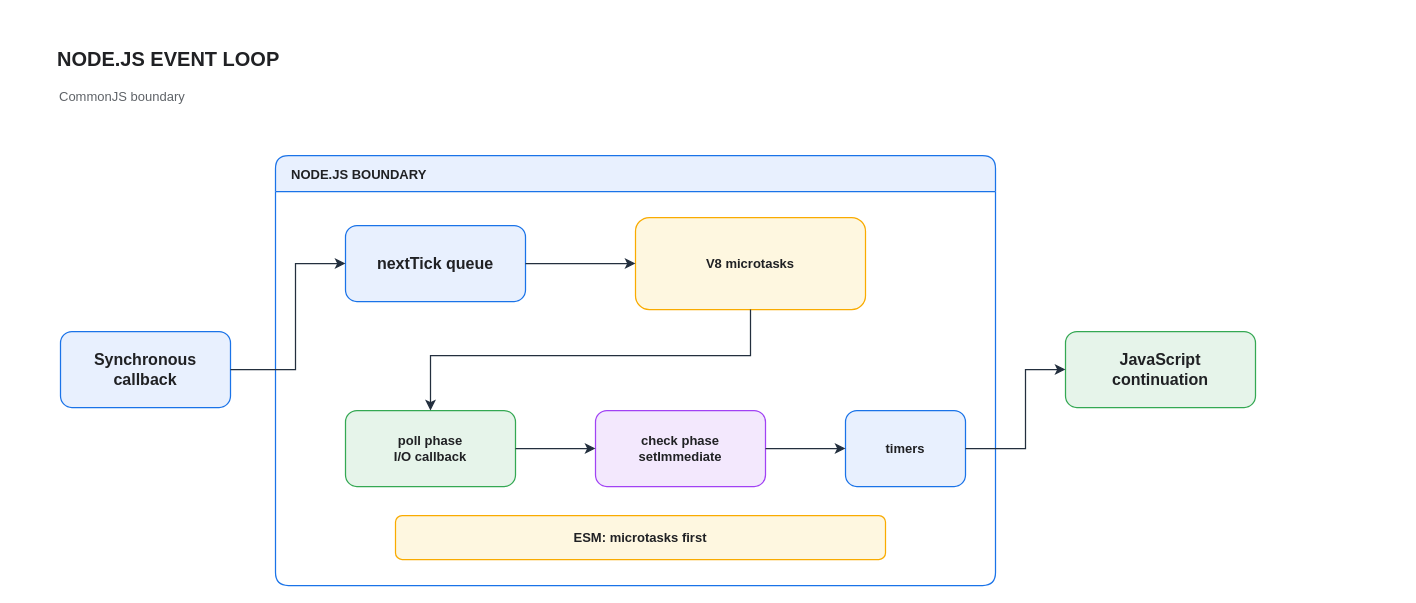
Above: assets/img/nodejs/node-event-loop-scheduling-flow.drawio in KKamJi98/kkamji98.github.io (draw.io), before the change. Source tidied: cells renumbered, new cells numbered last; positions are measured from the earlier drawing's top-left corner, leaving out a move shared by most shapes. Both pictures are drawn from the tidied source at 100%, with x=0, y=0 at pixel (55, 39).
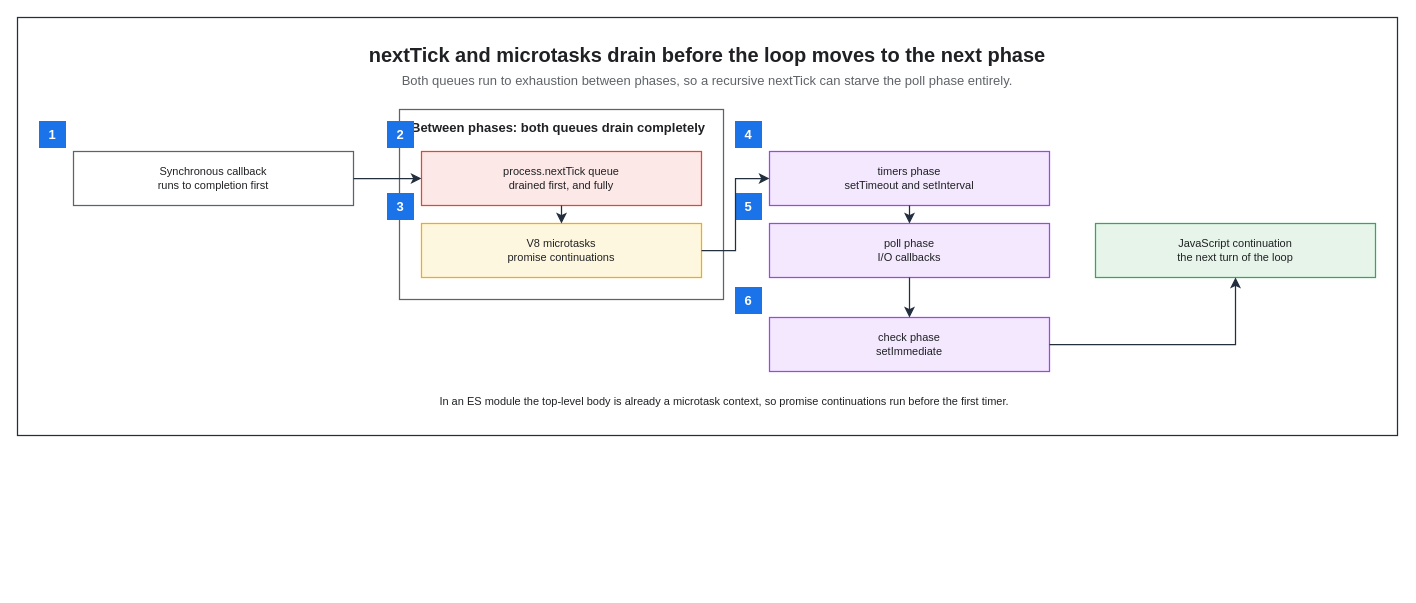
After the change.

Diff of the diagram source:
```diff
@@
+    <mxCell id="19" style="rounded=0;html=0;fillColor=none;strokeColor=#232F3E;fontColor=#202124;strokeWidth=1.25;" parent="1" vertex="1">
+      <mxGeometry x="-38" y="-22" width="1380" height="418" as="geometry" />
+    </mxCell>
-    <mxCell id="2" value="NODE.JS EVENT LOOP" style="text;html=0;strokeColor=none;fillColor=none;align=left;verticalAlign=middle;fontSize=20;fontStyle=1;fontColor=#202124;opacity=100;" parent="1" vertex="1">
-      <mxGeometry width="720" height="36" as="geometry" />
+    <mxCell id="2" value="nextTick and microtasks drain before the loop moves to the next phase" style="text;html=0;whiteSpace=wrap;fillColor=none;strokeColor=none;fontColor=#202124;fontSize=20;fontStyle=1;align=center;verticalAlign=middle;" parent="1" vertex="1">
+      <mxGeometry x="-16" width="1336" height="30" as="geometry" />
     </mxCell>
-    <mxCell id="3" value="CommonJS boundary" style="text;html=0;strokeColor=none;fillColor=none;align=left;verticalAlign=middle;fontSize=13;fontColor=#5F6368;" parent="1" vertex="1">
-      <mxGeometry x="2" y="44" width="400" height="24" as="geometry" />
+    <mxCell id="3" value="Both queues run to exhaustion between phases, so a recursive nextTick can starve the poll phase entirely." style="text;html=0;whiteSpace=wrap;fillColor=none;strokeColor=none;fontColor=#5F6368;fontSize=13;fontStyle=0;align=center;verticalAlign=middle;" parent="1" vertex="1">
+      <mxGeometry x="-16" y="30" width="1336" height="22" as="geometry" />
     </mxCell>
+    <mxCell id="5" value="Between phases: both queues drain completely" style="rounded=0;whiteSpace=wrap;html=0;fillColor=none;strokeColor=#5F6368;fontColor=#202124;fontSize=13;fontStyle=1;align=left;verticalAlign=top;spacingLeft=10;spacingTop=4;strokeWidth=1.25;dashed=0;" parent="1" vertex="1">
+      <mxGeometry x="344" y="70" width="324" height="190" as="geometry" />
+    </mxCell>
-    <mxCell id="4" value="Synchronous callback" style="rounded=1;whiteSpace=wrap;html=0;fillColor=#E8F0FE;strokeColor=#1A73E8;strokeWidth=1.25;fontColor=#202124;fontSize=16;fontStyle=1;align=center;verticalAlign=middle;spacing=8;" parent="1" vertex="1">
-      <mxGeometry x="5" y="292" width="170" height="76" as="geometry" />
+    <mxCell id="4" value="Synchronous callback&#10;runs to completion first" style="rounded=0;whiteSpace=wrap;html=0;fillColor=#FFFFFF;strokeColor=#5F6368;fontColor=#202124;fontSize=11;fontStyle=0;align=center;verticalAlign=middle;spacingLeft=6;spacingRight=6;strokeWidth=1.25;" parent="1" vertex="1">
+      <mxGeometry x="18" y="112" width="280" height="54" as="geometry" />
     </mxCell>
-    <mxCell id="5" value="NODE.JS BOUNDARY" style="swimlane;horizontal=1;startSize=36;rounded=1;arcSize=12;html=0;fillColor=#E8F0FE;swimlaneFillColor=#FFFFFF;strokeColor=#1A73E8;strokeWidth=1.25;fontColor=#202124;fontSize=13;fontStyle=1;align=left;spacingLeft=14;" parent="1" vertex="1">
-      <mxGeometry x="220" y="116" width="720" height="430" as="geometry" />
-    </mxCell>
-    <mxCell id="6" value="nextTick queue" style="rounded=1;whiteSpace=wrap;html=0;fillColor=#E8F0FE;strokeColor=#1A73E8;strokeWidth=1.25;fontColor=#202124;fontSize=16;fontStyle=1;align=center;verticalAlign=middle;spacing=8;" parent="1" vertex="1">
-      <mxGeometry x="290" y="186" width="180" height="76" as="geometry" />
+    <mxCell id="6" value="process.nextTick queue&#10;drained first, and fully" style="rounded=0;whiteSpace=wrap;html=0;fillColor=#FCE8E6;strokeColor=#EA4335;fontColor=#202124;fontSize=11;fontStyle=0;align=center;verticalAlign=middle;spacingLeft=6;spacingRight=6;strokeWidth=1.25;" parent="1" vertex="1">
+      <mxGeometry x="366" y="112" width="280" height="54" as="geometry" />
     </mxCell>
-    <mxCell id="7" value="V8 microtasks" style="rounded=1;whiteSpace=wrap;html=0;fillColor=#FEF7E0;strokeColor=#F9AB00;strokeWidth=1.25;fontColor=#202124;fontSize=13;fontStyle=1;align=center;verticalAlign=middle;spacing=8;" parent="1" vertex="1">
-      <mxGeometry x="580" y="178" width="230" height="92" as="geometry" />
+    <mxCell id="7" value="V8 microtasks&#10;promise continuations" style="rounded=0;whiteSpace=wrap;html=0;fillColor=#FEF7E0;strokeColor=#F9AB00;fontColor=#202124;fontSize=11;fontStyle=0;align=center;verticalAlign=middle;spacingLeft=6;spacingRight=6;strokeWidth=1.25;" parent="1" vertex="1">
+      <mxGeometry x="366" y="184" width="280" height="54" as="geometry" />
     </mxCell>
+    <mxCell id="10" value="timers phase&#10;setTimeout and setInterval" style="rounded=0;whiteSpace=wrap;html=0;fillColor=#F3E8FD;strokeColor=#A142F4;fontColor=#202124;fontSize=11;fontStyle=0;align=center;verticalAlign=middle;spacingLeft=6;spacingRight=6;strokeWidth=1.25;" parent="1" vertex="1">
+      <mxGeometry x="714" y="112" width="280" height="54" as="geometry" />
+    </mxCell>
-    <mxCell id="8" value="poll phase&#10;I/O callback" style="rounded=1;whiteSpace=wrap;html=0;fillColor=#E6F4EA;strokeColor=#34A853;strokeWidth=1.25;fontColor=#202124;fontSize=13;fontStyle=1;align=center;verticalAlign=middle;spacing=8;" parent="1" vertex="1">
-      <mxGeometry x="290" y="371" width="170" height="76" as="geometry" />
+    <mxCell id="8" value="poll phase&#10;I/O callbacks" style="rounded=0;whiteSpace=wrap;html=0;fillColor=#F3E8FD;strokeColor=#A142F4;fontColor=#202124;fontSize=11;fontStyle=0;align=center;verticalAlign=middle;spacingLeft=6;spacingRight=6;strokeWidth=1.25;" parent="1" vertex="1">
+      <mxGeometry x="714" y="184" width="280" height="54" as="geometry" />
     </mxCell>
-    <mxCell id="9" value="check phase&#10;setImmediate" style="rounded=1;whiteSpace=wrap;html=0;fillColor=#F3E8FD;strokeColor=#A142F4;strokeWidth=1.25;fontColor=#202124;fontSize=13;fontStyle=1;align=center;verticalAlign=middle;spacing=8;" parent="1" vertex="1">
-      <mxGeometry x="540" y="371" width="170" height="76" as="geometry" />
+    <mxCell id="9" value="check phase&#10;setImmediate" style="rounded=0;whiteSpace=wrap;html=0;fillColor=#F3E8FD;strokeColor=#A142F4;fontColor=#202124;fontSize=11;fontStyle=0;align=center;verticalAlign=middle;spacingLeft=6;spacingRight=6;strokeWidth=1.25;" parent="1" vertex="1">
+      <mxGeometry x="714" y="278" width="280" height="54" as="geometry" />
     </mxCell>
-    <mxCell id="10" value="timers" style="rounded=1;whiteSpace=wrap;html=0;fillColor=#E8F0FE;strokeColor=#1A73E8;strokeWidth=1.25;fontColor=#202124;fontSize=13;fontStyle=1;align=center;verticalAlign=middle;spacing=8;" parent="1" vertex="1">
-      <mxGeometry x="790" y="371" width="120" height="76" as="geometry" />
-    </mxCell>
-    <mxCell id="11" value="JavaScript continuation" style="rounded=1;whiteSpace=wrap;html=0;fillColor=#E6F4EA;strokeColor=#34A853;strokeWidth=1.25;fontColor=#202124;fontSize=16;fontStyle=1;align=center;verticalAlign=middle;spacing=8;" parent="1" vertex="1">
-      <mxGeometry x="1010" y="292" width="190" height="76" as="geometry" />
+    <mxCell id="11" value="JavaScript continuation&#10;the next turn of the loop" style="rounded=0;whiteSpace=wrap;html=0;fillColor=#E6F4EA;strokeColor=#34A853;fontColor=#202124;fontSize=11;fontStyle=0;align=center;verticalAlign=middle;spacingLeft=6;spacingRight=6;strokeWidth=1.25;" parent="1" vertex="1">
+      <mxGeometry x="1040" y="184" width="280" height="54" as="geometry" />
     </mxCell>
-    <mxCell id="12" value="ESM: microtasks first" style="rounded=1;whiteSpace=wrap;html=0;fillColor=#FEF7E0;strokeColor=#F9AB00;strokeWidth=1.25;fontColor=#202124;fontSize=13;fontStyle=1;align=center;verticalAlign=middle;spacing=8;" parent="1" vertex="1">
-      <mxGeometry x="340" y="476" width="490" height="44" as="geometry" />
+    <mxCell id="12" value="In an ES module the top-level body is already a microtask context, so promise continuations run before the first timer." style="text;html=0;whiteSpace=wrap;fillColor=none;strokeColor=none;fontColor=#202124;fontSize=11;fontStyle=0;align=center;verticalAlign=middle;" parent="1" vertex="1">
+      <mxGeometry x="18" y="350" width="1302" height="24" as="geometry" />
     </mxCell>
+    <mxCell id="20" value="1" style="rounded=0;whiteSpace=wrap;html=0;fillColor=#1A73E8;strokeColor=#1A73E8;fontColor=#FFFFFF;fontSize=13;fontStyle=1;align=center;verticalAlign=middle;" parent="1" vertex="1">
+      <mxGeometry x="-16" y="82" width="26" height="26" as="geometry" />
+    </mxCell>
+    <mxCell id="21" value="2" style="rounded=0;whiteSpace=wrap;html=0;fillColor=#1A73E8;strokeColor=#1A73E8;fontColor=#FFFFFF;fontSize=13;fontStyle=1;align=center;verticalAlign=middle;" parent="1" vertex="1">
+      <mxGeometry x="332" y="82" width="26" height="26" as="geometry" />
+    </mxCell>
+    <mxCell id="22" value="3" style="rounded=0;whiteSpace=wrap;html=0;fillColor=#1A73E8;strokeColor=#1A73E8;fontColor=#FFFFFF;fontSize=13;fontStyle=1;align=center;verticalAlign=middle;" parent="1" vertex="1">
+      <mxGeometry x="332" y="154" width="26" height="26" as="geometry" />
+    </mxCell>
+    <mxCell id="23" value="4" style="rounded=0;whiteSpace=wrap;html=0;fillColor=#1A73E8;strokeColor=#1A73E8;fontColor=#FFFFFF;fontSize=13;fontStyle=1;align=center;verticalAlign=middle;" parent="1" vertex="1">
+      <mxGeometry x="680" y="82" width="26" height="26" as="geometry" />
+    </mxCell>
+    <mxCell id="24" value="5" style="rounded=0;whiteSpace=wrap;html=0;fillColor=#1A73E8;strokeColor=#1A73E8;fontColor=#FFFFFF;fontSize=13;fontStyle=1;align=center;verticalAlign=middle;" parent="1" vertex="1">
+      <mxGeometry x="680" y="154" width="26" height="26" as="geometry" />
+    </mxCell>
+    <mxCell id="25" value="6" style="rounded=0;whiteSpace=wrap;html=0;fillColor=#1A73E8;strokeColor=#1A73E8;fontColor=#FFFFFF;fontSize=13;fontStyle=1;align=center;verticalAlign=middle;" parent="1" vertex="1">
+      <mxGeometry x="680" y="248" width="26" height="26" as="geometry" />
+    </mxCell>
-    <mxCell id="13" style="edgeStyle=orthogonalEdgeStyle;rounded=0;html=0;strokeColor=#232F3E;strokeWidth=1.25;endArrow=classic;endFill=1;endSize=7;exitX=1;exitY=0.5;entryX=0;entryY=0.5;fontColor=#202124;" parent="1" edge="1" source="4" target="6">
-      <mxGeometry relative="1" as="geometry">
-        <Array as="points">
-          <mxPoint x="240" y="330" />
-          <mxPoint x="240" y="224" />
-        </Array>
-      </mxGeometry>
+    <mxCell id="13" style="edgeStyle=orthogonalEdgeStyle;rounded=0;html=0;strokeColor=#232F3E;strokeWidth=1.25;endArrow=classic;endFill=1;endSize=7;fontSize=11;fontColor=#202124;labelBackgroundColor=none;jettySize=14;exitX=1;exitY=0.5;entryX=0;entryY=0.5;exitDx=0;exitDy=0;entryDx=0;entryDy=0;" parent="1" edge="1" source="4" target="6">
+      <mxGeometry relative="1" as="geometry" />
     </mxCell>
-    <mxCell id="14" style="edgeStyle=orthogonalEdgeStyle;rounded=0;html=0;strokeColor=#232F3E;strokeWidth=1.25;endArrow=classic;endFill=1;endSize=7;exitX=1;exitY=0.5;entryX=0;entryY=0.5;fontColor=#202124;" parent="1" edge="1" source="6" target="7">
+    <mxCell id="14" style="edgeStyle=orthogonalEdgeStyle;rounded=0;html=0;strokeColor=#232F3E;strokeWidth=1.25;endArrow=classic;endFill=1;endSize=7;fontSize=11;fontColor=#202124;labelBackgroundColor=none;jettySize=14;exitX=0.5;exitY=1;entryX=0.5;entryY=0;exitDx=0;exitDy=0;entryDx=0;entryDy=0;" parent="1" edge="1" source="6" target="7">
       <mxGeometry relative="1" as="geometry" />
     </mxCell>
-    <mxCell id="15" style="edgeStyle=orthogonalEdgeStyle;rounded=0;html=0;strokeColor=#232F3E;strokeWidth=1.25;endArrow=classic;endFill=1;endSize=7;exitX=0.5;exitY=1;entryX=0.5;entryY=0;fontColor=#202124;" parent="1" edge="1" source="7" target="8">
-      <mxGeometry relative="1" as="geometry">
-        <Array as="points">
-          <mxPoint x="695" y="316" />
-          <mxPoint x="375" y="316" />
-        </Array>
-      </mxGeometry>
-    </mxCell>
+    <mxCell id="26" style="edgeStyle=orthogonalEdgeStyle;rounded=0;html=0;strokeColor=#232F3E;strokeWidth=1.25;endArrow=classic;endFill=1;endSize=7;fontSize=11;fontColor=#202124;labelBackgroundColor=none;jettySize=14;exitX=1;exitY=0.5;entryX=0;entryY=0.5;exitDx=0;exitDy=0;entryDx=0;entryDy=0;" parent="1" edge="1" source="7" target="10">
+      <mxGeometry relative="1" as="geometry">
+        <Array as="points">
+          <mxPoint x="680" y="211" />
+          <mxPoint x="680" y="139" />
+        </Array>
+      </mxGeometry>
+    </mxCell>
+    <mxCell id="27" style="edgeStyle=orthogonalEdgeStyle;rounded=0;html=0;strokeColor=#232F3E;strokeWidth=1.25;endArrow=classic;endFill=1;endSize=7;fontSize=11;fontColor=#202124;labelBackgroundColor=none;jettySize=14;exitX=0.5;exitY=1;entryX=0.5;entryY=0;exitDx=0;exitDy=0;entryDx=0;entryDy=0;" parent="1" edge="1" source="10" target="8">
+      <mxGeometry relative="1" as="geometry" />
+    </mxCell>
-    <mxCell id="16" style="edgeStyle=orthogonalEdgeStyle;rounded=0;html=0;strokeColor=#232F3E;strokeWidth=1.25;endArrow=classic;endFill=1;endSize=7;exitX=1;exitY=0.5;entryX=0;entryY=0.5;fontColor=#202124;" parent="1" edge="1" source="8" target="9">
+    <mxCell id="16" style="edgeStyle=orthogonalEdgeStyle;rounded=0;html=0;strokeColor=#232F3E;strokeWidth=1.25;endArrow=classic;endFill=1;endSize=7;fontSize=11;fontColor=#202124;labelBackgroundColor=none;jettySize=14;exitX=0.5;exitY=1;entryX=0.5;entryY=0;exitDx=0;exitDy=0;entryDx=0;entryDy=0;" parent="1" edge="1" source="8" target="9">
       <mxGeometry relative="1" as="geometry" />
     </mxCell>
-    <mxCell id="17" style="edgeStyle=orthogonalEdgeStyle;rounded=0;html=0;strokeColor=#232F3E;strokeWidth=1.25;endArrow=classic;endFill=1;endSize=7;exitX=1;exitY=0.5;entryX=0;entryY=0.5;fontColor=#202124;" parent="1" edge="1" source="9" target="10">
-      <mxGeometry relative="1" as="geometry" />
-    </mxCell>
-    <mxCell id="18" style="edgeStyle=orthogonalEdgeStyle;rounded=0;html=0;strokeColor=#232F3E;strokeWidth=1.25;endArrow=classic;endFill=1;endSize=7;exitX=1;exitY=0.5;entryX=0;entryY=0.5;fontColor=#202124;" parent="1" edge="1" source="10" target="11">
-      <mxGeometry relative="1" as="geometry">
-        <Array as="points">
-          <mxPoint x="970" y="409" />
-          <mxPoint x="970" y="330" />
-        </Array>
-      </mxGeometry>
-    </mxCell>
+    <mxCell id="28" style="edgeStyle=orthogonalEdgeStyle;rounded=0;html=0;strokeColor=#232F3E;strokeWidth=1.25;endArrow=classic;endFill=1;endSize=7;fontSize=11;fontColor=#202124;labelBackgroundColor=none;jettySize=14;exitX=1;exitY=0.5;entryX=0.5;entryY=1;exitDx=0;exitDy=0;entryDx=0;entryDy=0;" parent="1" edge="1" source="9" target="11">
+      <mxGeometry relative="1" as="geometry">
+        <Array as="points">
+          <mxPoint x="1180" y="305" />
+        </Array>
+      </mxGeometry>
+    </mxCell>
```
